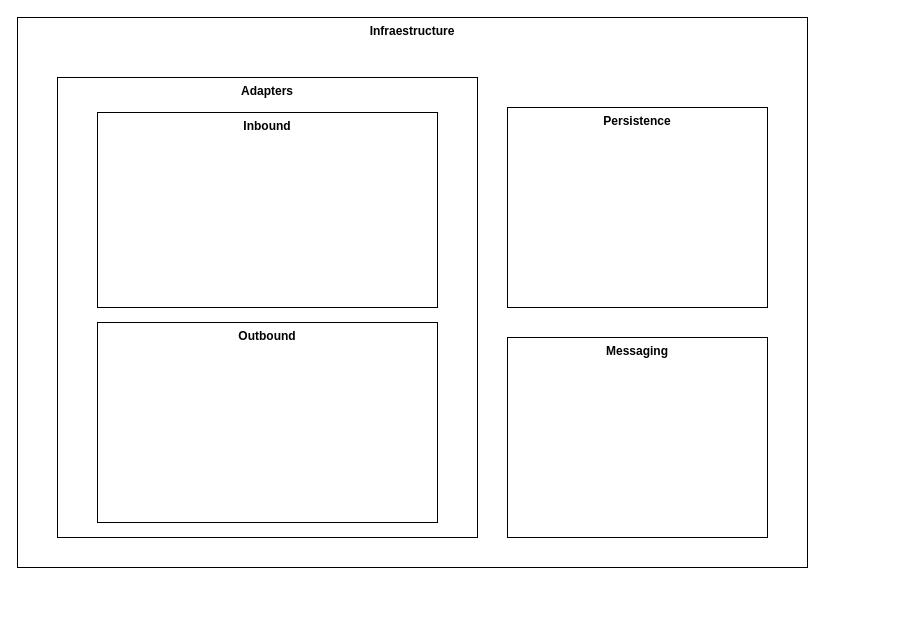
This is page "Micro - Infra" (4 of 14) of docs/static/Esquemas.drawio from jdarguello/MELI-Challenge, a draw.io file, before an edit. Source tidied: cells renumbered, new cells numbered last; positions are measured from the earlier drawing's top-left corner, leaving out a move shared by most shapes. Both pictures are drawn from the tidied source at 100%, with x=0, y=0 at pixel (17, 17).
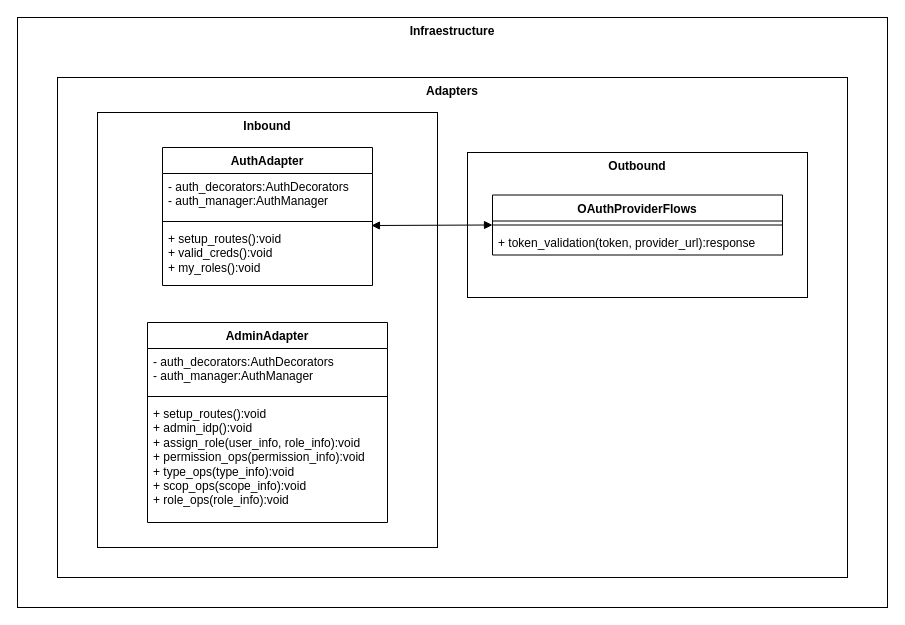
Above is the later version.

What changed in the source:
```diff
@@
 <mxGraphModel>
   <root>
     <mxCell id="0" />
     <mxCell id="1" parent="0" />
+    <mxCell id="8" style="group;" parent="1" vertex="1">
+      <mxGeometry width="870" height="590" as="geometry" />
+    </mxCell>
-    <mxCell id="2" value="Infraestructure" style="rounded=0;whiteSpace=wrap;html=1;fontStyle=1;verticalAlign=top;" parent="1" vertex="1">
-      <mxGeometry width="790" height="550" as="geometry" />
+    <mxCell id="2" value="Infraestructure" style="rounded=0;whiteSpace=wrap;html=1;fontStyle=1;verticalAlign=top;" parent="8" vertex="1">
+      <mxGeometry width="870" height="590" as="geometry" />
     </mxCell>
-    <mxCell id="3" value="Adapters" style="rounded=0;whiteSpace=wrap;html=1;fontStyle=1;verticalAlign=top;" parent="1" vertex="1">
-      <mxGeometry x="40" y="60" width="420" height="460" as="geometry" />
+    <mxCell id="3" value="Adapters" style="rounded=0;whiteSpace=wrap;html=1;fontStyle=1;verticalAlign=top;" parent="8" vertex="1">
+      <mxGeometry x="40" y="60" width="790" height="500" as="geometry" />
     </mxCell>
-    <mxCell id="4" value="Persistence" style="rounded=0;whiteSpace=wrap;html=1;fontStyle=1;verticalAlign=top;" parent="1" vertex="1">
-      <mxGeometry x="490" y="90" width="260" height="200" as="geometry" />
-    </mxCell>
-    <mxCell id="5" value="Messaging" style="rounded=0;whiteSpace=wrap;html=1;fontStyle=1;verticalAlign=top;" parent="1" vertex="1">
-      <mxGeometry x="490" y="320" width="260" height="200" as="geometry" />
-    </mxCell>
-    <mxCell id="6" value="Inbound" style="rounded=0;whiteSpace=wrap;html=1;fontStyle=1;verticalAlign=top;" parent="1" vertex="1">
-      <mxGeometry x="80" y="95" width="340" height="195" as="geometry" />
+    <mxCell id="6" value="Inbound" style="rounded=0;whiteSpace=wrap;html=1;fontStyle=1;verticalAlign=top;" parent="8" vertex="1">
+      <mxGeometry x="80" y="95" width="340" height="435" as="geometry" />
     </mxCell>
+    <mxCell id="9" style="group;" parent="8" vertex="1">
+      <mxGeometry x="450" y="135" width="340" height="145" as="geometry" />
+    </mxCell>
-    <mxCell id="7" value="Outbound" style="rounded=0;whiteSpace=wrap;html=1;fontStyle=1;verticalAlign=top;" parent="1" vertex="1">
-      <mxGeometry x="80" y="305" width="340" height="200" as="geometry" />
+    <mxCell id="7" value="Outbound" style="rounded=0;whiteSpace=wrap;html=1;fontStyle=1;verticalAlign=top;" parent="9" vertex="1">
+      <mxGeometry width="340" height="145" as="geometry" />
     </mxCell>
+    <mxCell id="10" value="OAuthProviderFlows" style="swimlane;fontStyle=1;align=center;verticalAlign=top;horizontal=1;startSize=26;whiteSpace=wrap;html=1;" parent="9" vertex="1">
+      <mxGeometry x="25" y="42.5" width="290" height="60" as="geometry" />
+    </mxCell>
+    <mxCell id="11" style="line;strokeWidth=1;fillColor=none;align=left;verticalAlign=middle;spacingTop=-1;spacingLeft=3;spacingRight=3;labelPosition=right;strokeColor=inherit;" parent="10" vertex="1">
+      <mxGeometry y="26" width="290" height="8" as="geometry" />
+    </mxCell>
+    <mxCell id="12" value="+ token_validation(token, provider_url):response" style="text;strokeColor=none;fillColor=none;align=left;verticalAlign=top;spacingLeft=4;spacingRight=4;overflow=hidden;whiteSpace=wrap;html=1;" parent="10" vertex="1">
+      <mxGeometry y="34" width="290" height="26" as="geometry" />
+    </mxCell>
+    <mxCell id="13" value="AuthAdapter" style="swimlane;fontStyle=1;align=center;verticalAlign=top;horizontal=1;startSize=26;whiteSpace=wrap;html=1;" parent="8" vertex="1">
+      <mxGeometry x="145" y="130" width="210" height="138" as="geometry" />
+    </mxCell>
+    <mxCell id="14" value="- auth_decorators:AuthDecorators&lt;div&gt;- auth_manager:AuthManager&lt;/div&gt;" style="text;strokeColor=none;fillColor=none;align=left;verticalAlign=top;spacingLeft=4;spacingRight=4;overflow=hidden;whiteSpace=wrap;html=1;" parent="13" vertex="1">
+      <mxGeometry y="26" width="210" height="44" as="geometry" />
+    </mxCell>
+    <mxCell id="15" style="line;strokeWidth=1;fillColor=none;align=left;verticalAlign=middle;spacingTop=-1;spacingLeft=3;spacingRight=3;labelPosition=right;strokeColor=inherit;" parent="13" vertex="1">
+      <mxGeometry y="70" width="210" height="8" as="geometry" />
+    </mxCell>
+    <mxCell id="16" value="+ setup_routes():void&lt;div&gt;+ valid_creds():void&lt;/div&gt;&lt;div&gt;+ my_roles():void&lt;/div&gt;" style="text;strokeColor=none;fillColor=none;align=left;verticalAlign=top;spacingLeft=4;spacingRight=4;overflow=hidden;points=[[0,0.5],[1,0.5]];portConstraint=eastwest;whiteSpace=wrap;html=1;" parent="13" vertex="1">
+      <mxGeometry y="78" width="210" height="60" as="geometry" />
+    </mxCell>
+    <mxCell id="17" value="AdminAdapter" style="swimlane;fontStyle=1;align=center;verticalAlign=top;horizontal=1;startSize=26;whiteSpace=wrap;html=1;" parent="8" vertex="1">
+      <mxGeometry x="130" y="305" width="240" height="200" as="geometry" />
+    </mxCell>
+    <mxCell id="18" value="- auth_decorators:AuthDecorators&lt;div&gt;- auth_manager:AuthManager&lt;/div&gt;" style="text;strokeColor=none;fillColor=none;align=left;verticalAlign=top;spacingLeft=4;spacingRight=4;overflow=hidden;whiteSpace=wrap;html=1;" parent="17" vertex="1">
+      <mxGeometry y="26" width="240" height="44" as="geometry" />
+    </mxCell>
+    <mxCell id="19" style="line;strokeWidth=1;fillColor=none;align=left;verticalAlign=middle;spacingTop=-1;spacingLeft=3;spacingRight=3;labelPosition=right;strokeColor=inherit;" parent="17" vertex="1">
+      <mxGeometry y="70" width="240" height="8" as="geometry" />
+    </mxCell>
+    <mxCell id="20" value="+ setup_routes():void&lt;div&gt;+ admin_idp():void&lt;/div&gt;&lt;div&gt;+ assign_role(user_info, role_info):void&lt;/div&gt;&lt;div&gt;+ permission_ops(permission_info):void&lt;/div&gt;&lt;div&gt;+ type_ops(type_info):void&lt;/div&gt;&lt;div&gt;+ scop_ops(scope_info):void&lt;/div&gt;&lt;div&gt;+ role_ops(role_info):void&lt;/div&gt;" style="text;strokeColor=none;fillColor=none;align=left;verticalAlign=top;spacingLeft=4;spacingRight=4;overflow=hidden;whiteSpace=wrap;html=1;" parent="17" vertex="1">
+      <mxGeometry y="78" width="240" height="122" as="geometry" />
+    </mxCell>
+    <mxCell id="21" style="endArrow=block;startArrow=block;endFill=1;startFill=1;html=1;rounded=0;exitX=0.995;exitY=0;exitDx=0;exitDy=0;exitPerimeter=0;entryX=0;entryY=0.5;entryDx=0;entryDy=0;" parent="8" edge="1" source="16" target="10">
+      <mxGeometry relative="1" as="geometry" />
+    </mxCell>
   </root>
 </mxGraphModel>
```
